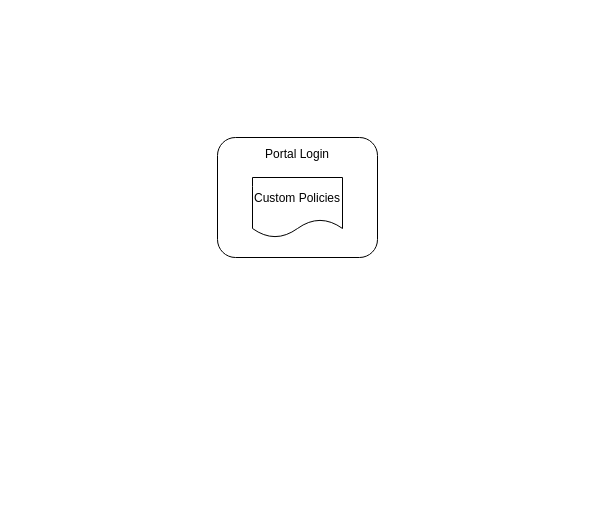
fredyeah/diagrams keeps this draw.io diagram as azure-marketplace-integration.drawio. Above is the earlier version. Source tidied: cells renumbered, new cells numbered last; positions are measured from the earlier drawing's top-left corner, leaving out a move shared by most shapes. Both pictures are drawn from the tidied source at 100%, with x=0, y=0 at pixel (217, 137).
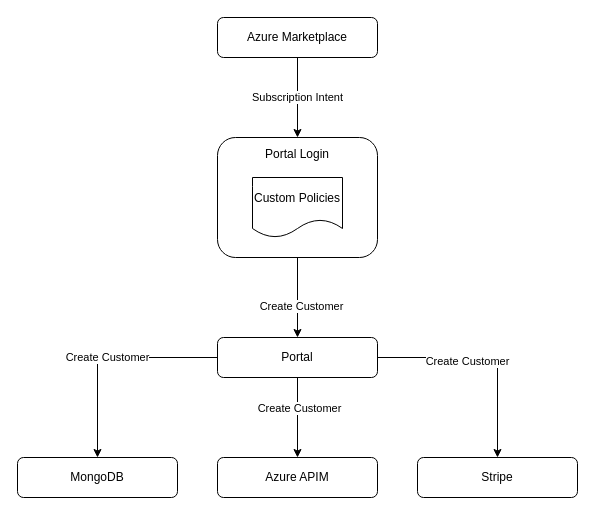
Above is the later version.

The edit, as a diff of the source:
```diff
@@
 <mxGraphModel>
   <root>
     <mxCell id="0" />
     <mxCell id="1" parent="0" />
+    <mxCell id="4" style="edgeStyle=orthogonalEdgeStyle;rounded=0;jettySize=auto;html=1;entryX=0.5;entryY=0;entryDx=0;entryDy=0;" parent="1" edge="1" source="2" target="13">
+      <mxGeometry relative="1" as="geometry" />
+    </mxCell>
+    <mxCell id="5" value="Create Customer" style="edgeLabel;html=1;align=center;verticalAlign=middle;" parent="4" vertex="1">
+      <mxGeometry x="0.21" y="3" relative="1" as="geometry" />
+    </mxCell>
     <mxCell id="2" value="&lt;div style=&quot;&quot;&gt;&lt;span style=&quot;background-color: initial; line-height: 1.2;&quot;&gt;Portal Login&lt;/span&gt;&lt;/div&gt;&lt;div style=&quot;&quot;&gt;&lt;span style=&quot;background-color: initial; line-height: 1.2;&quot;&gt;&lt;br&gt;&lt;/span&gt;&lt;/div&gt;&lt;div style=&quot;&quot;&gt;&lt;span style=&quot;background-color: initial; line-height: 1.2;&quot;&gt;&lt;br&gt;&lt;/span&gt;&lt;/div&gt;&lt;div style=&quot;&quot;&gt;&lt;span style=&quot;background-color: initial; line-height: 1.2;&quot;&gt;&lt;br&gt;&lt;/span&gt;&lt;/div&gt;&lt;div style=&quot;&quot;&gt;&lt;span style=&quot;background-color: initial; line-height: 1.2;&quot;&gt;&lt;br&gt;&lt;/span&gt;&lt;/div&gt;&lt;div style=&quot;&quot;&gt;&lt;span style=&quot;background-color: initial; line-height: 1.2;&quot;&gt;&lt;br&gt;&lt;/span&gt;&lt;/div&gt;&lt;div style=&quot;&quot;&gt;&lt;span style=&quot;background-color: initial; line-height: 1.2;&quot;&gt;&lt;br&gt;&lt;/span&gt;&lt;/div&gt;" style="rounded=1;whiteSpace=wrap;html=1;align=center;" parent="1" vertex="1">
       <mxGeometry width="160" height="120" as="geometry" />
     </mxCell>
     <mxCell id="3" value="Custom Policies" style="shape=document;whiteSpace=wrap;html=1;boundedLbl=1;" parent="1" vertex="1">
       <mxGeometry x="35" y="40" width="90" height="60" as="geometry" />
     </mxCell>
+    <mxCell id="6" value="Subscription Intent" style="edgeStyle=orthogonalEdgeStyle;rounded=0;jettySize=auto;html=1;entryX=0.5;entryY=0;entryDx=0;entryDy=0;" parent="1" edge="1" source="7" target="2">
+      <mxGeometry relative="1" as="geometry" />
+    </mxCell>
+    <mxCell id="7" value="Azure Marketplace" style="rounded=1;whiteSpace=wrap;html=1;" parent="1" vertex="1">
+      <mxGeometry y="-120" width="160" height="40" as="geometry" />
+    </mxCell>
+    <mxCell id="8" style="edgeStyle=orthogonalEdgeStyle;rounded=0;jettySize=auto;html=1;" parent="1" edge="1" source="13" target="14">
+      <mxGeometry relative="1" as="geometry" />
+    </mxCell>
+    <mxCell id="9" value="Create Customer" style="edgeLabel;html=1;align=center;verticalAlign=middle;" parent="8" vertex="1">
+      <mxGeometry x="-0.19" y="-3" relative="1" as="geometry" />
+    </mxCell>
+    <mxCell id="10" value="Create Customer" style="edgeStyle=orthogonalEdgeStyle;rounded=0;jettySize=auto;html=1;entryX=0.5;entryY=0;entryDx=0;entryDy=0;exitX=0;exitY=0.5;exitDx=0;exitDy=0;" parent="1" edge="1" source="13" target="15">
+      <mxGeometry relative="1" as="geometry" />
+    </mxCell>
+    <mxCell id="11" style="edgeStyle=orthogonalEdgeStyle;rounded=0;jettySize=auto;html=1;entryX=0.5;entryY=0;entryDx=0;entryDy=0;" parent="1" edge="1" source="13" target="16">
+      <mxGeometry relative="1" as="geometry" />
+    </mxCell>
+    <mxCell id="12" value="Create Customer" style="edgeLabel;html=1;align=center;verticalAlign=middle;" parent="11" vertex="1">
+      <mxGeometry x="-0.26" y="1" relative="1" as="geometry" />
+    </mxCell>
+    <mxCell id="13" value="Portal" style="rounded=1;whiteSpace=wrap;html=1;" parent="1" vertex="1">
+      <mxGeometry y="200" width="160" height="40" as="geometry" />
+    </mxCell>
+    <mxCell id="14" value="Stripe" style="rounded=1;whiteSpace=wrap;html=1;" parent="1" vertex="1">
+      <mxGeometry x="200" y="320" width="160" height="40" as="geometry" />
+    </mxCell>
+    <mxCell id="15" value="MongoDB" style="rounded=1;whiteSpace=wrap;html=1;" parent="1" vertex="1">
+      <mxGeometry x="-200" y="320" width="160" height="40" as="geometry" />
+    </mxCell>
+    <mxCell id="16" value="Azure APIM" style="rounded=1;whiteSpace=wrap;html=1;" parent="1" vertex="1">
+      <mxGeometry y="320" width="160" height="40" as="geometry" />
+    </mxCell>
   </root>
 </mxGraphModel>
```
